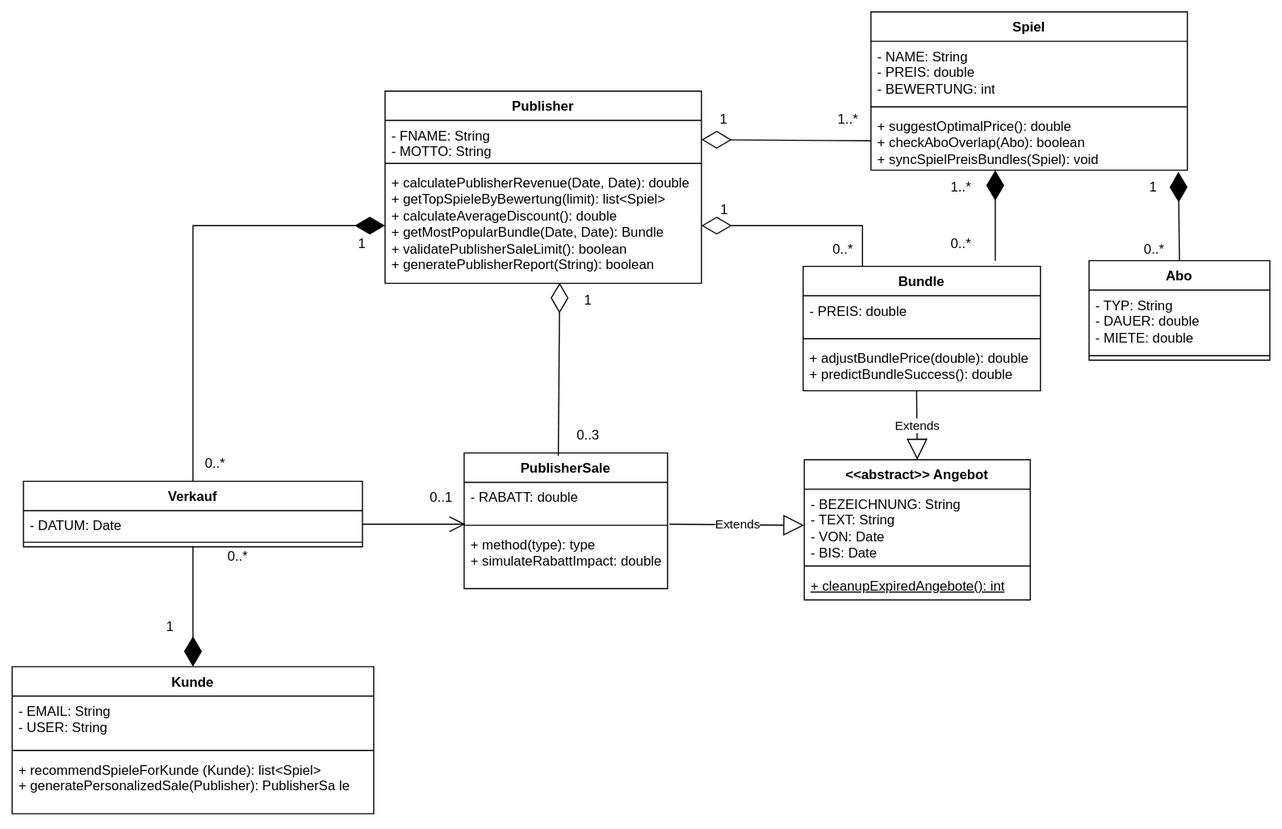
Above: PublisherUML.drawio.svg in Azok42/Publisher (draw.io), before the change. Source tidied: cells renumbered, new cells last; positions are measured from the earlier drawing's top-left corner, leaving out a move shared by most shapes.
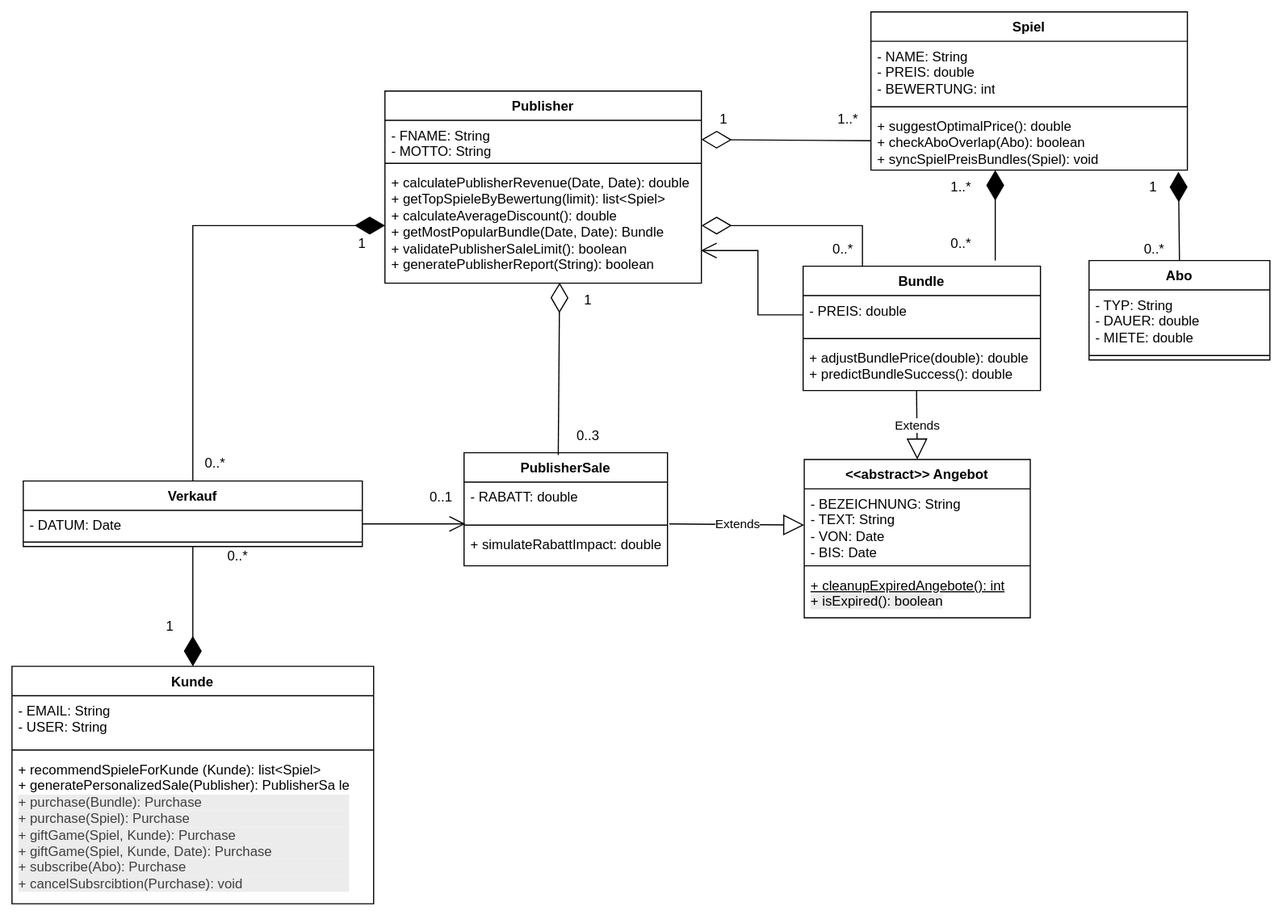
Above is the later version.

Commit message:
edit UML diagram

What changed in the source:
```diff
@@ -36,7 +36,7 @@
       <mxGeometry y="80" width="160" height="8" as="geometry" />
     </mxCell>
     <mxCell id="13" value="&amp;lt;&amp;lt;abstract&amp;gt;&amp;gt; Angebot" style="swimlane;fontStyle=1;align=center;verticalAlign=top;horizontal=1;startSize=26;whiteSpace=wrap;html=1;" parent="1" vertex="1">
-      <mxGeometry x="701" y="396" width="200" height="124" as="geometry" />
+      <mxGeometry x="701" y="396" width="200" height="140" as="geometry" />
     </mxCell>
     <mxCell id="14" value="- BEZEICHNUNG: String&lt;div&gt;- TEXT: String&lt;/div&gt;&lt;div&gt;- VON: Date&lt;/div&gt;&lt;div&gt;- BIS: Date&lt;/div&gt;" style="text;strokeColor=none;fillColor=none;align=left;verticalAlign=top;spacingLeft=4;spacingRight=4;overflow=hidden;points=[[0,0.5],[1,0.5]];portConstraint=eastwest;whiteSpace=wrap;html=1;" parent="13" vertex="1">
       <mxGeometry y="26" width="200" height="64" as="geometry" />
@@ -44,8 +44,8 @@
     <mxCell id="15" style="line;strokeWidth=1;fillColor=none;align=left;verticalAlign=middle;spacingTop=-1;spacingLeft=3;spacingRight=3;labelPosition=right;strokeColor=inherit;" parent="13" vertex="1">
       <mxGeometry y="90" width="200" height="8" as="geometry" />
     </mxCell>
-    <mxCell id="16" value="&lt;u&gt;+ cleanupExpiredAngebote(): int&lt;/u&gt;" style="text;strokeColor=none;fillColor=none;align=left;verticalAlign=top;spacingLeft=4;spacingRight=4;overflow=hidden;whiteSpace=wrap;html=1;" parent="13" vertex="1">
-      <mxGeometry y="98" width="200" height="26" as="geometry" />
+    <mxCell id="16" value="&lt;u&gt;+ cleanupExpiredAngebote(): int&lt;/u&gt;&lt;div&gt;&lt;span style=&quot;color: rgb(0, 0, 0); background-color: rgb(236, 236, 236);&quot;&gt;+&amp;nbsp;isExpired(): boolean&lt;/span&gt;&lt;u&gt;&lt;/u&gt;&lt;/div&gt;" style="text;strokeColor=none;fillColor=none;align=left;verticalAlign=top;spacingLeft=4;spacingRight=4;overflow=hidden;whiteSpace=wrap;html=1;" parent="13" vertex="1">
+      <mxGeometry y="98" width="200" height="42" as="geometry" />
     </mxCell>
     <mxCell id="17" value="Bundle" style="swimlane;fontStyle=1;align=center;verticalAlign=top;horizontal=1;startSize=26;whiteSpace=wrap;html=1;" parent="1" vertex="1">
       <mxGeometry x="700" y="225" width="210" height="110" as="geometry" />
@@ -60,7 +60,7 @@
       <mxGeometry y="68" width="210" height="42" as="geometry" />
     </mxCell>
     <mxCell id="21" value="PublisherSale" style="swimlane;fontStyle=1;align=center;verticalAlign=top;horizontal=1;startSize=26;whiteSpace=wrap;html=1;" parent="1" vertex="1">
-      <mxGeometry x="400" y="390" width="180" height="120" as="geometry" />
+      <mxGeometry x="400" y="390" width="180" height="100" as="geometry" />
     </mxCell>
     <mxCell id="22" value="- RABATT: double" style="text;strokeColor=none;fillColor=none;align=left;verticalAlign=top;spacingLeft=4;spacingRight=4;overflow=hidden;points=[[0,0.5],[1,0.5]];portConstraint=eastwest;whiteSpace=wrap;html=1;" parent="21" vertex="1">
       <mxGeometry y="26" width="180" height="34" as="geometry" />
@@ -68,11 +68,11 @@
     <mxCell id="23" style="line;strokeWidth=1;fillColor=none;align=left;verticalAlign=middle;spacingTop=-1;spacingLeft=3;spacingRight=3;labelPosition=right;strokeColor=inherit;" parent="21" vertex="1">
       <mxGeometry y="60" width="180" height="8" as="geometry" />
     </mxCell>
-    <mxCell id="24" value="+ method(type): type&lt;div&gt;+ simulateRabattImpact: double&lt;/div&gt;" style="text;strokeColor=none;fillColor=none;align=left;verticalAlign=top;spacingLeft=4;spacingRight=4;overflow=hidden;whiteSpace=wrap;html=1;" parent="21" vertex="1">
-      <mxGeometry y="68" width="180" height="52" as="geometry" />
+    <mxCell id="24" value="&lt;div&gt;+ simulateRabattImpact: double&lt;/div&gt;" style="text;strokeColor=none;fillColor=none;align=left;verticalAlign=top;spacingLeft=4;spacingRight=4;overflow=hidden;whiteSpace=wrap;html=1;" parent="21" vertex="1">
+      <mxGeometry y="68" width="180" height="32" as="geometry" />
     </mxCell>
     <mxCell id="25" value="Kunde" style="swimlane;fontStyle=1;align=center;verticalAlign=top;horizontal=1;startSize=26;whiteSpace=wrap;html=1;" parent="1" vertex="1">
-      <mxGeometry y="579" width="320" height="130" as="geometry" />
+      <mxGeometry y="579" width="320" height="210" as="geometry" />
     </mxCell>
     <mxCell id="26" value="- EMAIL: String&lt;div&gt;- USER: String&lt;/div&gt;" style="text;strokeColor=none;fillColor=none;align=left;verticalAlign=top;spacingLeft=4;spacingRight=4;overflow=hidden;whiteSpace=wrap;html=1;" parent="25" vertex="1">
       <mxGeometry y="26" width="320" height="44" as="geometry" />
@@ -80,8 +80,8 @@
     <mxCell id="27" style="line;strokeWidth=1;fillColor=none;align=left;verticalAlign=middle;spacingTop=-1;spacingLeft=3;spacingRight=3;labelPosition=right;strokeColor=inherit;" parent="25" vertex="1">
       <mxGeometry y="70" width="320" height="8" as="geometry" />
     </mxCell>
-    <mxCell id="28" value="+ recommendSpieleForKunde (Kunde): list&amp;lt;Spiel&amp;gt;&lt;div&gt;+ generatePersonalizedSale(Publisher): PublisherSa&lt;span style=&quot;background-color: transparent;&quot;&gt;le&lt;/span&gt;&lt;/div&gt;" style="text;strokeColor=none;fillColor=none;align=left;verticalAlign=top;spacingLeft=4;spacingRight=4;overflow=hidden;whiteSpace=wrap;html=1;" parent="25" vertex="1">
-      <mxGeometry y="78" width="320" height="52" as="geometry" />
+    <mxCell id="28" value="+ recommendSpieleForKunde (Kunde): list&amp;lt;Spiel&amp;gt;&lt;div&gt;+ generatePersonalizedSale(Publisher): PublisherSa&lt;span style=&quot;background-color: transparent;&quot;&gt;le&lt;/span&gt;&lt;/div&gt;&lt;div&gt;&lt;div style=&quot;scrollbar-color: rgb(226, 226, 226) rgb(251, 251, 251); background-color: rgb(236, 236, 236); color: rgb(0, 0, 0);&quot;&gt;&lt;span style=&quot;color: rgb(63, 63, 63); scrollbar-color: rgb(226, 226, 226) rgb(251, 251, 251); background-color: transparent;&quot;&gt;+ purchase(Bundle): Purchase&lt;/span&gt;&lt;/div&gt;&lt;div style=&quot;scrollbar-color: rgb(226, 226, 226) rgb(251, 251, 251); background-color: rgb(236, 236, 236); color: rgb(0, 0, 0);&quot;&gt;&lt;span style=&quot;color: rgb(63, 63, 63); scrollbar-color: rgb(226, 226, 226) rgb(251, 251, 251); background-color: transparent;&quot;&gt;+ purchase(Spiel): Purchase&lt;/span&gt;&lt;/div&gt;&lt;div style=&quot;scrollbar-color: rgb(226, 226, 226) rgb(251, 251, 251); background-color: rgb(236, 236, 236); color: rgb(0, 0, 0);&quot;&gt;&lt;span style=&quot;color: rgb(63, 63, 63); scrollbar-color: rgb(226, 226, 226) rgb(251, 251, 251); background-color: transparent;&quot;&gt;+ giftGame(Spiel, Kunde): Purchase&lt;/span&gt;&lt;/div&gt;&lt;div style=&quot;scrollbar-color: rgb(226, 226, 226) rgb(251, 251, 251); background-color: rgb(236, 236, 236); color: rgb(0, 0, 0);&quot;&gt;&lt;span style=&quot;color: rgb(63, 63, 63); scrollbar-color: rgb(226, 226, 226) rgb(251, 251, 251); background-color: transparent;&quot;&gt;+ giftGame(Spiel, Kunde, Date): Purchase&lt;/span&gt;&lt;/div&gt;&lt;div style=&quot;scrollbar-color: rgb(226, 226, 226) rgb(251, 251, 251); background-color: rgb(236, 236, 236); color: rgb(0, 0, 0);&quot;&gt;&lt;span style=&quot;color: rgb(63, 63, 63); scrollbar-color: rgb(226, 226, 226) rgb(251, 251, 251); background-color: transparent;&quot;&gt;+ subscribe(Abo): Purchase&lt;/span&gt;&lt;/div&gt;&lt;div style=&quot;scrollbar-color: rgb(226, 226, 226) rgb(251, 251, 251); background-color: rgb(236, 236, 236); color: rgb(0, 0, 0);&quot;&gt;&lt;span style=&quot;color: rgb(63, 63, 63); scrollbar-color: rgb(226, 226, 226) rgb(251, 251, 251); background-color: transparent;&quot;&gt;+ cancelSubsrcibtion(Purchase): void&lt;/span&gt;&lt;/div&gt;&lt;/div&gt;" style="text;strokeColor=none;fillColor=none;align=left;verticalAlign=top;spacingLeft=4;spacingRight=4;overflow=hidden;whiteSpace=wrap;html=1;" parent="25" vertex="1">
+      <mxGeometry y="78" width="320" height="132" as="geometry" />
     </mxCell>
     <mxCell id="29" style="endArrow=diamondThin;endFill=0;endSize=24;html=1;rounded=0;entryX=1;entryY=0.5;entryDx=0;entryDy=0;exitX=0;exitY=0.5;exitDx=0;exitDy=0;" parent="1" edge="1" source="9" target="3">
       <mxGeometry relative="1" as="geometry" />
@@ -165,11 +165,11 @@
     <mxCell id="54" style="edgeStyle=orthogonalEdgeStyle;html=1;entryX=0.25;entryY=0;entryDx=0;entryDy=0;rounded=0;curved=0;endArrow=none;endFill=0;startArrow=diamondThin;startFill=0;targetPerimeterSpacing=24;sourcePerimeterSpacing=0;startSize=24;" parent="1" edge="1" source="5" target="17">
       <mxGeometry relative="1" as="geometry" />
     </mxCell>
-    <mxCell id="55" value="1" style="text;html=1;align=center;verticalAlign=middle;strokeColor=none;fillColor=none;" parent="1" vertex="1">
-      <mxGeometry x="615" y="160" width="30" height="30" as="geometry" />
-    </mxCell>
     <mxCell id="56" value="0..*" style="text;html=1;align=center;verticalAlign=middle;strokeColor=none;fillColor=none;" parent="1" vertex="1">
       <mxGeometry x="715" y="195" width="40" height="30" as="geometry" />
     </mxCell>
+    <mxCell id="57" style="edgeStyle=orthogonalEdgeStyle;rounded=0;jettySize=auto;html=1;entryX=0.998;entryY=0.717;entryDx=0;entryDy=0;entryPerimeter=0;endArrow=open;endFill=0;endSize=12;exitX=0;exitY=0.5;exitDx=0;exitDy=0;" parent="1" edge="1" source="18" target="5">
+      <mxGeometry relative="1" as="geometry" />
+    </mxCell>
   </root>
 </mxGraphModel>
```
